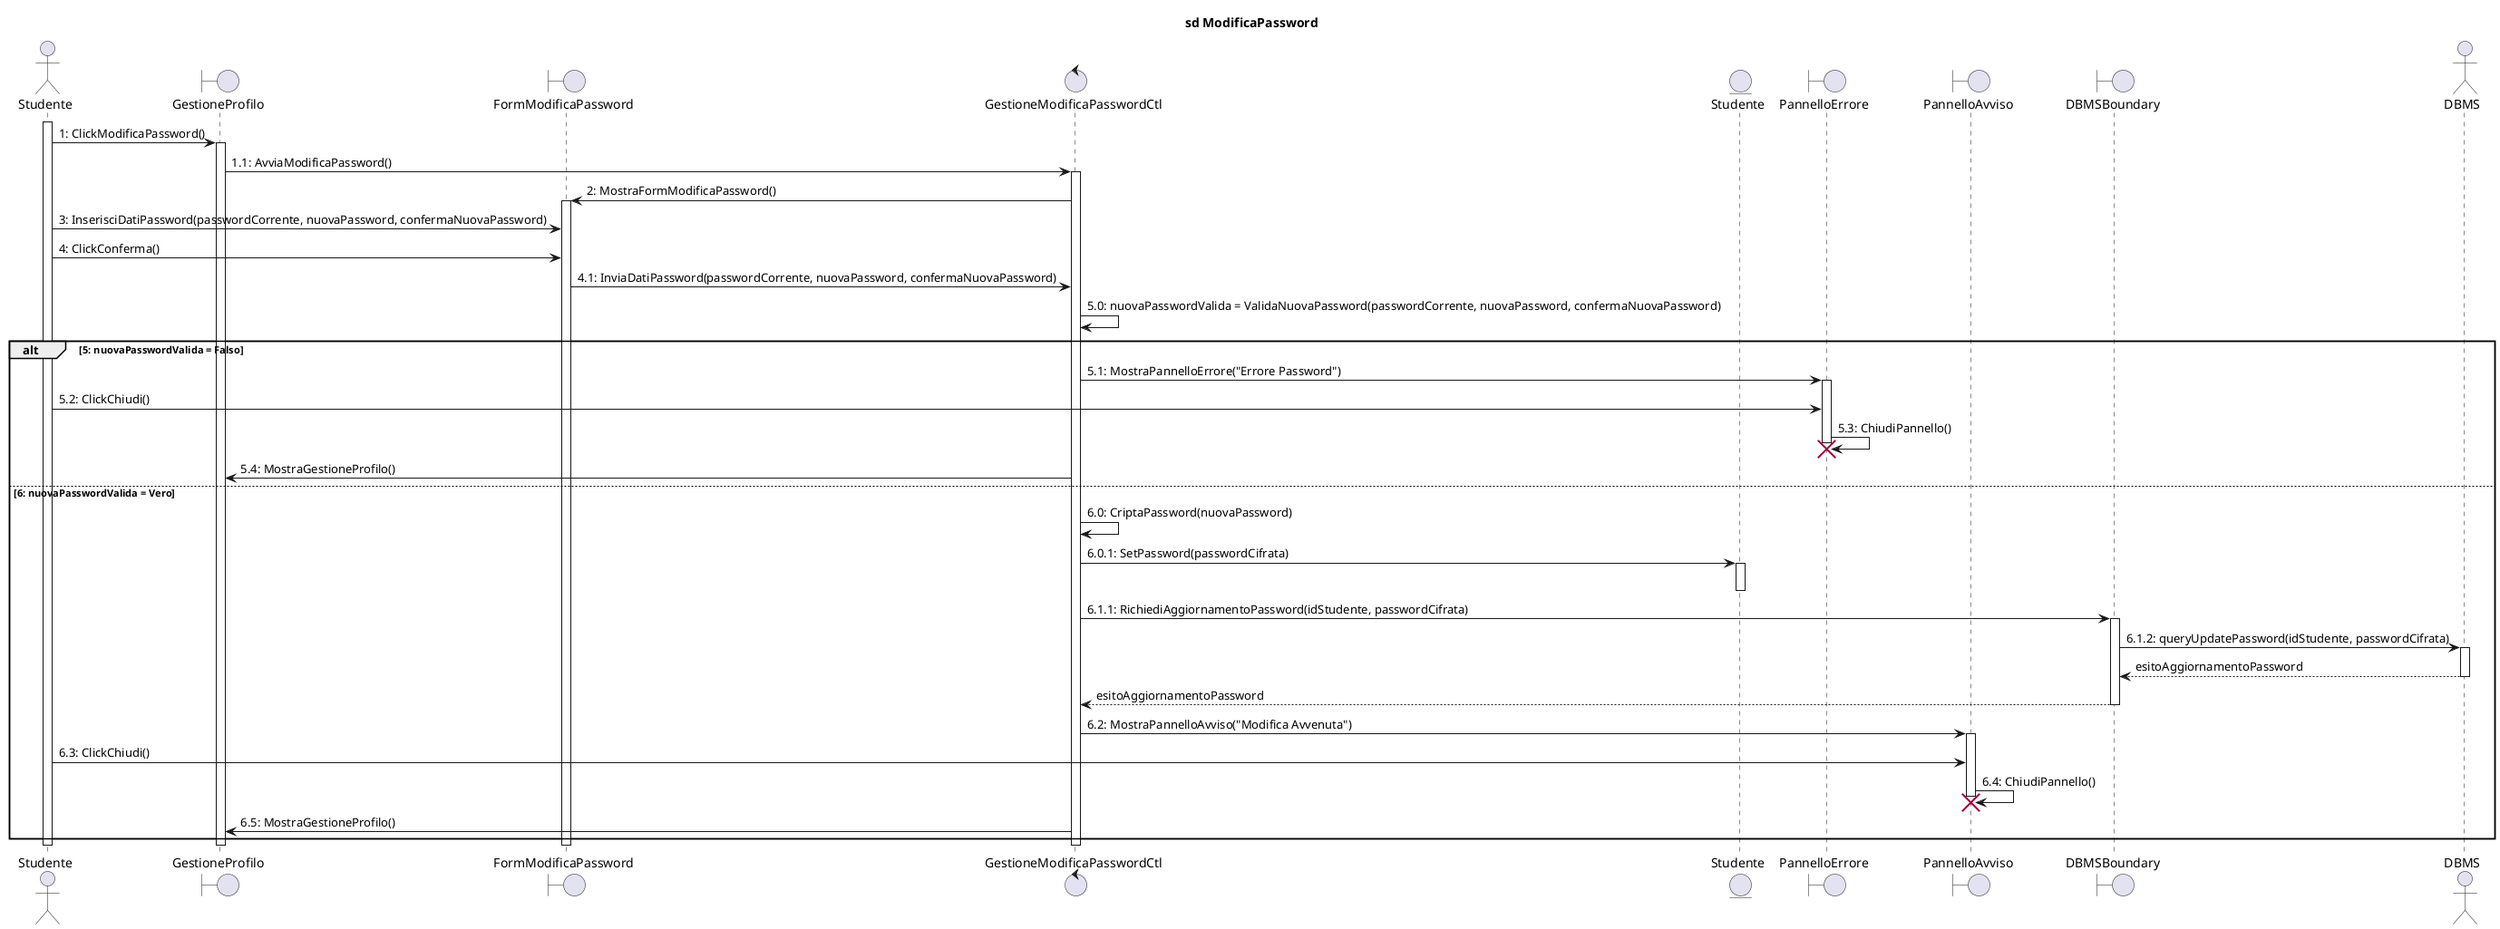
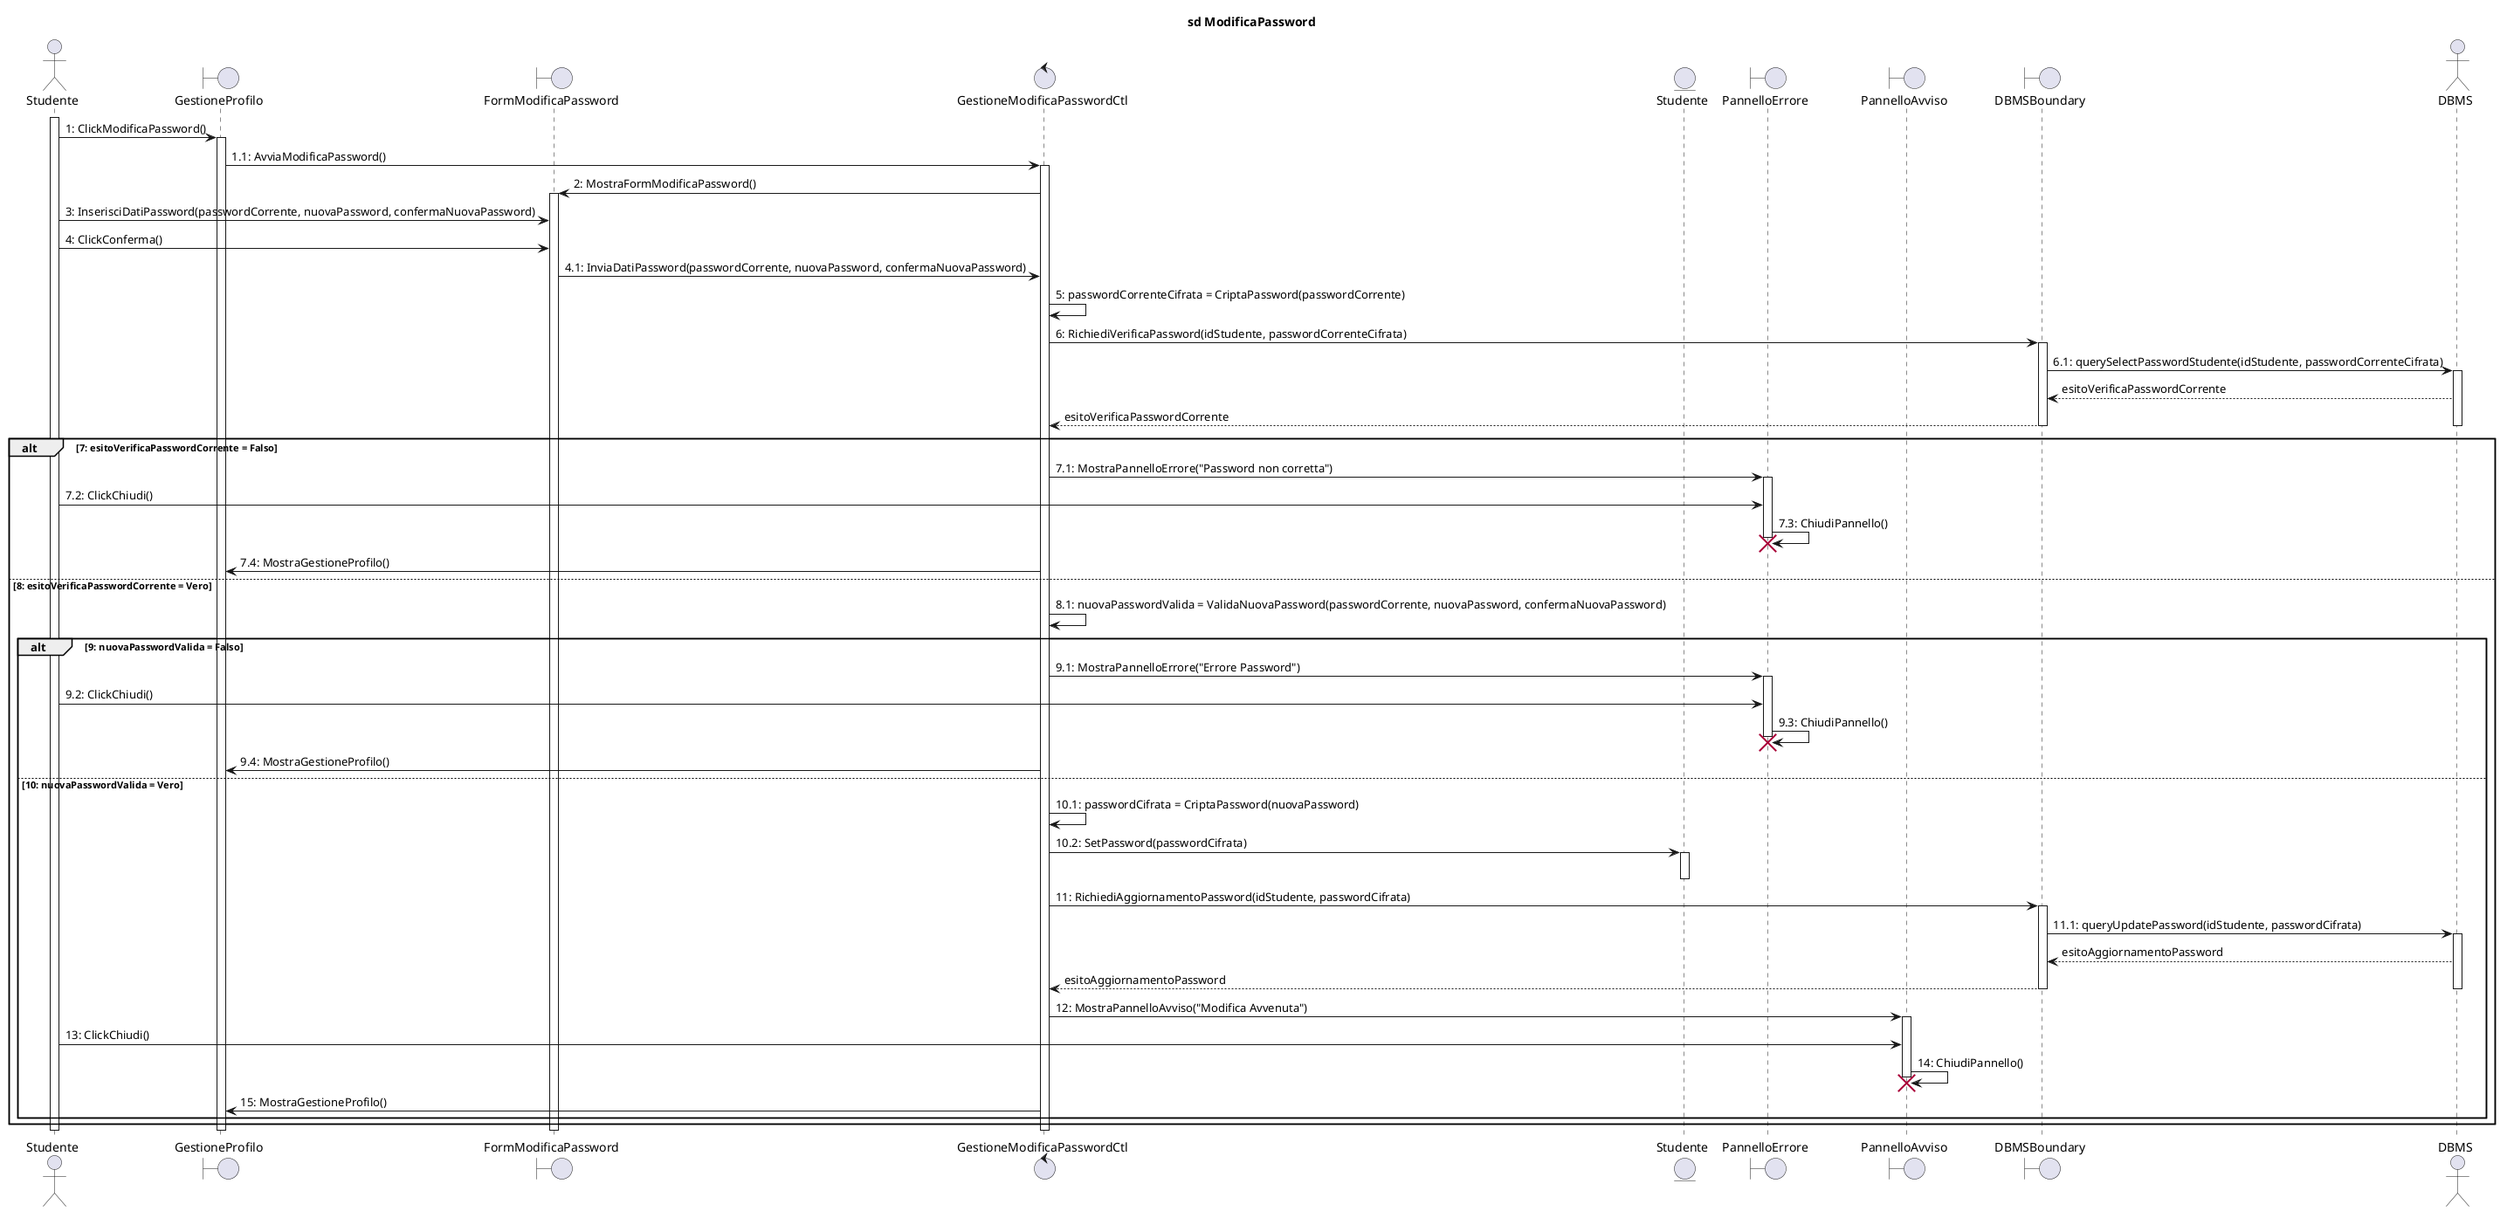
@startuml sd_ModificaPassword
title <b>sd ModificaPassword</b>

actor "Studente" as Studente
boundary "GestioneProfilo" as GestioneProfilo
boundary "FormModificaPassword" as FormModificaPassword
control "GestioneModificaPasswordCtl" as GestioneModificaPasswordCtl
entity "Studente" as EntityStudente
boundary "PannelloErrore" as PannelloErrore
boundary "PannelloAvviso" as PannelloAvviso
boundary "DBMSBoundary" as DBMSBoundary
actor "DBMS" as DBMS

activate Studente
+ 
Studente -> GestioneProfilo : 1: ClickModificaPassword()
activate GestioneProfilo
GestioneProfilo -> GestioneModificaPasswordCtl : 1.1: AvviaModificaPassword()
activate GestioneModificaPasswordCtl
+ 
GestioneModificaPasswordCtl -> FormModificaPassword : 2: MostraFormModificaPassword()
activate FormModificaPassword
+ 
Studente -> FormModificaPassword : 3: InserisciDatiPassword(passwordCorrente, nuovaPassword, confermaNuovaPassword)
Studente -> FormModificaPassword : 4: ClickConferma()
FormModificaPassword -> GestioneModificaPasswordCtl : 4.1: InviaDatiPassword(passwordCorrente, nuovaPassword, confermaNuovaPassword)
- GestioneModificaPasswordCtl -> GestioneModificaPasswordCtl : 5.0: nuovaPasswordValida = ValidaNuovaPassword(passwordCorrente, nuovaPassword, confermaNuovaPassword)

- alt 5: nuovaPasswordValida = Falso
-     GestioneModificaPasswordCtl -> PannelloErrore : 5.1: MostraPannelloErrore("Errore Password")
+ GestioneModificaPasswordCtl -> GestioneModificaPasswordCtl : 5: passwordCorrenteCifrata = CriptaPassword(passwordCorrente)
+ 
+ GestioneModificaPasswordCtl -> DBMSBoundary : 6: RichiediVerificaPassword(idStudente, passwordCorrenteCifrata)
+ activate DBMSBoundary
+ DBMSBoundary -> DBMS : 6.1: querySelectPasswordStudente(idStudente, passwordCorrenteCifrata)
+ activate DBMS
+ DBMS --> DBMSBoundary : esitoVerificaPasswordCorrente
+ DBMSBoundary --> GestioneModificaPasswordCtl : esitoVerificaPasswordCorrente
+ deactivate DBMS
+ deactivate DBMSBoundary
+ 
+ alt 7: esitoVerificaPasswordCorrente = Falso
+     GestioneModificaPasswordCtl -> PannelloErrore : 7.1: MostraPannelloErrore("Password non corretta")
    activate PannelloErrore
-     Studente -> PannelloErrore : 5.2: ClickChiudi()
-     PannelloErrore -> PannelloErrore : 5.3: ChiudiPannello()
+     Studente -> PannelloErrore : 7.2: ClickChiudi()
+     PannelloErrore -> PannelloErrore : 7.3: ChiudiPannello()
    destroy PannelloErrore
-     GestioneModificaPasswordCtl -> GestioneProfilo : 5.4: MostraGestioneProfilo()
- else 6: nuovaPasswordValida = Vero
-     GestioneModificaPasswordCtl -> GestioneModificaPasswordCtl : 6.0: CriptaPassword(nuovaPassword)
-     GestioneModificaPasswordCtl -> EntityStudente : 6.0.1: SetPassword(passwordCifrata)
-     activate EntityStudente
-     deactivate EntityStudente
-     GestioneModificaPasswordCtl -> DBMSBoundary : 6.1.1: RichiediAggiornamentoPassword(idStudente, passwordCifrata)
-     activate DBMSBoundary
-     DBMSBoundary -> DBMS : 6.1.2: queryUpdatePassword(idStudente, passwordCifrata)
-     activate DBMS
-     DBMS --> DBMSBoundary : esitoAggiornamentoPassword
-     deactivate DBMS
-     DBMSBoundary --> GestioneModificaPasswordCtl : esitoAggiornamentoPassword
-     deactivate DBMSBoundary
-     GestioneModificaPasswordCtl -> PannelloAvviso : 6.2: MostraPannelloAvviso("Modifica Avvenuta")
-     activate PannelloAvviso
-     Studente -> PannelloAvviso : 6.3: ClickChiudi()
-     PannelloAvviso -> PannelloAvviso : 6.4: ChiudiPannello()
-     destroy PannelloAvviso
-     GestioneModificaPasswordCtl -> GestioneProfilo : 6.5: MostraGestioneProfilo()
+     GestioneModificaPasswordCtl -> GestioneProfilo : 7.4: MostraGestioneProfilo()
+ else 8: esitoVerificaPasswordCorrente = Vero
+     GestioneModificaPasswordCtl -> GestioneModificaPasswordCtl : 8.1: nuovaPasswordValida = ValidaNuovaPassword(passwordCorrente, nuovaPassword, confermaNuovaPassword)
+ 
+     alt 9: nuovaPasswordValida = Falso
+         GestioneModificaPasswordCtl -> PannelloErrore : 9.1: MostraPannelloErrore("Errore Password")
+         activate PannelloErrore
+         Studente -> PannelloErrore : 9.2: ClickChiudi()
+         PannelloErrore -> PannelloErrore : 9.3: ChiudiPannello()
+         destroy PannelloErrore
+         GestioneModificaPasswordCtl -> GestioneProfilo : 9.4: MostraGestioneProfilo()
+     else 10: nuovaPasswordValida = Vero
+         GestioneModificaPasswordCtl -> GestioneModificaPasswordCtl : 10.1: passwordCifrata = CriptaPassword(nuovaPassword)
+         GestioneModificaPasswordCtl -> EntityStudente : 10.2: SetPassword(passwordCifrata)
+         activate EntityStudente
+         deactivate EntityStudente
+ 
+         GestioneModificaPasswordCtl -> DBMSBoundary : 11: RichiediAggiornamentoPassword(idStudente, passwordCifrata)
+         activate DBMSBoundary
+         DBMSBoundary -> DBMS : 11.1: queryUpdatePassword(idStudente, passwordCifrata)
+         activate DBMS
+         DBMS --> DBMSBoundary : esitoAggiornamentoPassword
+         DBMSBoundary --> GestioneModificaPasswordCtl : esitoAggiornamentoPassword
+         deactivate DBMS
+         deactivate DBMSBoundary
+ 
+         GestioneModificaPasswordCtl -> PannelloAvviso : 12: MostraPannelloAvviso("Modifica Avvenuta")
+         activate PannelloAvviso
+         Studente -> PannelloAvviso : 13: ClickChiudi()
+         PannelloAvviso -> PannelloAvviso : 14: ChiudiPannello()
+         destroy PannelloAvviso
+         GestioneModificaPasswordCtl -> GestioneProfilo : 15: MostraGestioneProfilo()
+     end
end

deactivate FormModificaPassword
deactivate GestioneModificaPasswordCtl
deactivate GestioneProfilo
deactivate Studente

- @enduml
+ @enduml